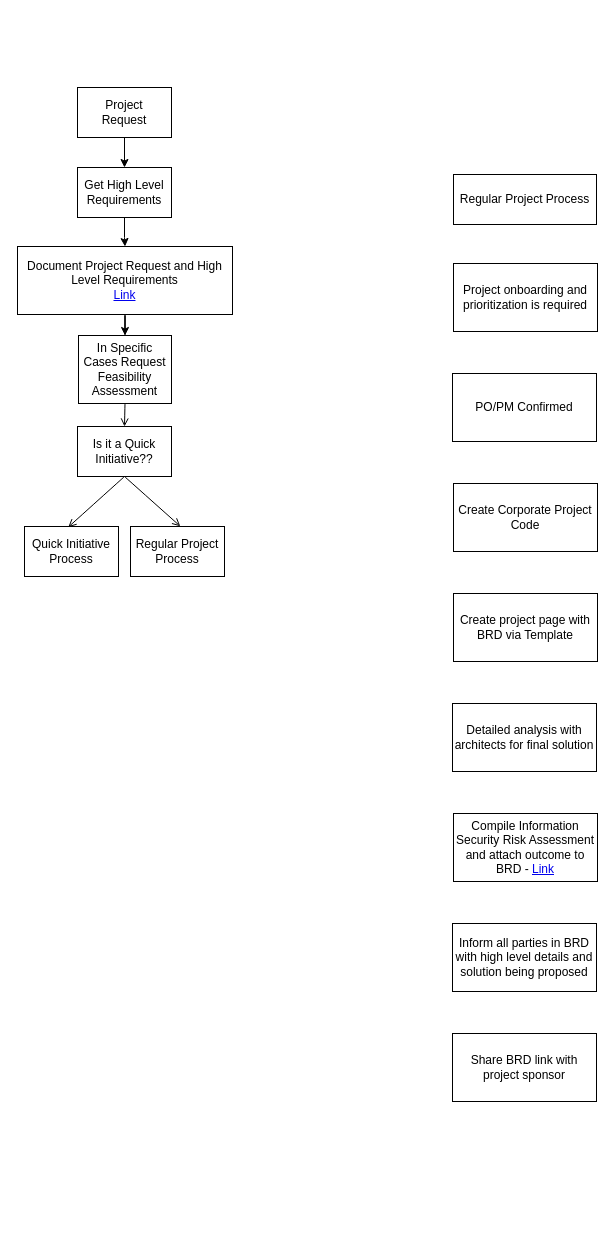
The draw.io diagram BPD Flow Charts.drawio in gilubilu/hello-world, before the edit. Source tidied: cells renumbered, new cells numbered last; positions are measured from the earlier drawing's top-left corner, leaving out a move shared by most shapes. Both pictures are drawn from the tidied source at 100%, with x=0, y=0 at pixel (17, 87).
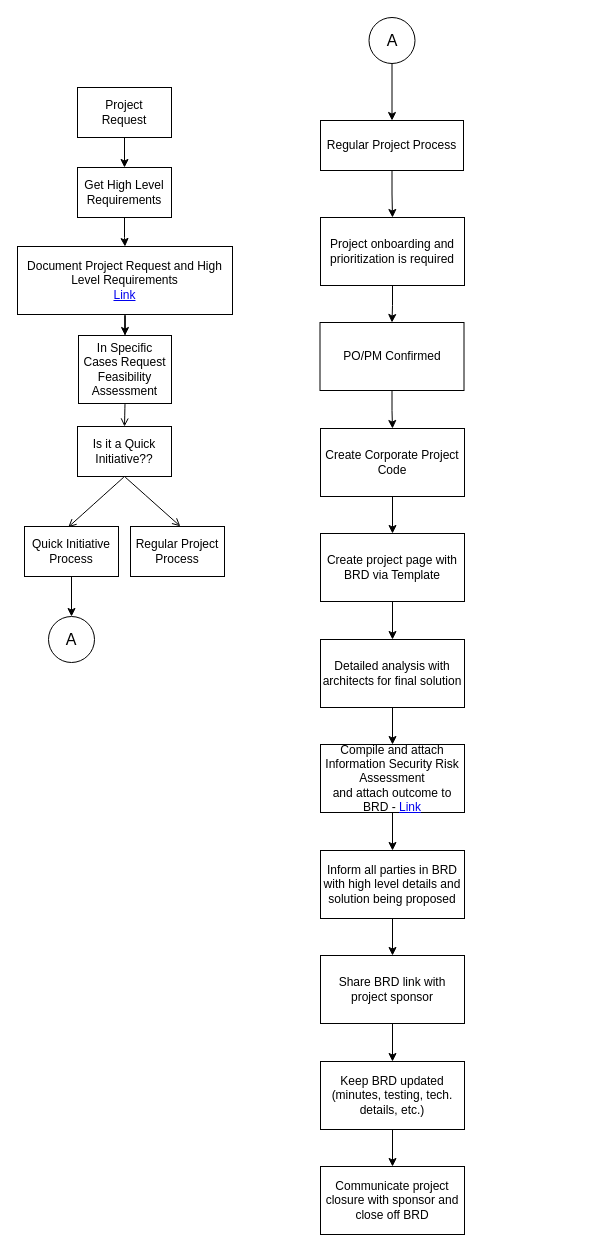
The same page after the edit.

Unchanged cells that the change refers to:
```xml
<mxCell id="9" value="Quick Initiative&lt;br&gt;Process" style="rounded=0;whiteSpace=wrap;html=1;hachureGap=4;" parent="1" vertex="1">
  <mxGeometry x="7" y="439" width="94" height="50" as="geometry" />
</mxCell>
```

What changed in the source:
```diff
@@
+    <mxCell id="24" style="edgeStyle=orthogonalEdgeStyle;rounded=0;jettySize=auto;html=1;fontSize=16;" parent="1" edge="1" source="9" target="37">
+      <mxGeometry relative="1" as="geometry" />
+    </mxCell>
@@
+    <mxCell id="25" style="edgeStyle=orthogonalEdgeStyle;rounded=0;jettySize=auto;html=1;" parent="1" edge="1" source="11" target="13">
+      <mxGeometry relative="1" as="geometry" />
+    </mxCell>
     <mxCell id="11" value="Regular Project Process" style="rounded=0;whiteSpace=wrap;html=1;hachureGap=4;" parent="1" vertex="1">
-      <mxGeometry x="436" y="87" width="143" height="50" as="geometry" />
+      <mxGeometry x="303" y="33" width="143" height="50" as="geometry" />
     </mxCell>
+    <mxCell id="26" style="edgeStyle=orthogonalEdgeStyle;rounded=0;jettySize=auto;html=1;" parent="1" edge="1" source="12" target="18">
+      <mxGeometry relative="1" as="geometry" />
+    </mxCell>
     <mxCell id="12" value="PO/PM Confirmed" style="rounded=0;whiteSpace=wrap;html=1;hachureGap=4;" parent="1" vertex="1">
-      <mxGeometry x="435" y="286" width="144" height="68" as="geometry" />
+      <mxGeometry x="302.5" y="235" width="144" height="68" as="geometry" />
     </mxCell>
+    <mxCell id="27" style="edgeStyle=orthogonalEdgeStyle;rounded=0;jettySize=auto;html=1;" parent="1" edge="1" source="13" target="12">
+      <mxGeometry relative="1" as="geometry" />
+    </mxCell>
     <mxCell id="13" value="Project onboarding and prioritization is required" style="rounded=0;whiteSpace=wrap;html=1;hachureGap=4;" parent="1" vertex="1">
-      <mxGeometry x="436" y="176" width="144" height="68" as="geometry" />
+      <mxGeometry x="303" y="130" width="144" height="68" as="geometry" />
     </mxCell>
@@
+    <mxCell id="28" style="edgeStyle=orthogonalEdgeStyle;rounded=0;jettySize=auto;html=1;" parent="1" edge="1" source="18" target="19">
+      <mxGeometry relative="1" as="geometry" />
+    </mxCell>
     <mxCell id="18" value="Create Corporate Project Code" style="rounded=0;whiteSpace=wrap;html=1;hachureGap=4;" parent="1" vertex="1">
-      <mxGeometry x="436" y="396" width="144" height="68" as="geometry" />
+      <mxGeometry x="303" y="341" width="144" height="68" as="geometry" />
     </mxCell>
+    <mxCell id="29" style="edgeStyle=orthogonalEdgeStyle;rounded=0;jettySize=auto;html=1;" parent="1" edge="1" source="19" target="20">
+      <mxGeometry relative="1" as="geometry" />
+    </mxCell>
     <mxCell id="19" value="Create project page with BRD via Template" style="rounded=0;whiteSpace=wrap;html=1;hachureGap=4;" parent="1" vertex="1">
-      <mxGeometry x="436" y="506" width="144" height="68" as="geometry" />
+      <mxGeometry x="303" y="446" width="144" height="68" as="geometry" />
     </mxCell>
+    <mxCell id="30" style="edgeStyle=orthogonalEdgeStyle;rounded=0;jettySize=auto;html=1;" parent="1" edge="1" source="20" target="21">
+      <mxGeometry relative="1" as="geometry" />
+    </mxCell>
     <mxCell id="20" value="Detailed analysis with architects for final solution" style="rounded=0;whiteSpace=wrap;html=1;hachureGap=4;" parent="1" vertex="1">
-      <mxGeometry x="435" y="616" width="144" height="68" as="geometry" />
+      <mxGeometry x="303" y="552" width="144" height="68" as="geometry" />
     </mxCell>
+    <mxCell id="31" style="edgeStyle=orthogonalEdgeStyle;rounded=0;jettySize=auto;html=1;" parent="1" edge="1" source="21" target="22">
+      <mxGeometry relative="1" as="geometry" />
+    </mxCell>
-    <mxCell id="21" value="Compile Information Security Risk Assessment&lt;br&gt;and attach outcome to BRD -&amp;nbsp;&lt;a href=&quot;http://confluence.corporate.intra:8080/x/NIj8Bg&quot;&gt;Link&lt;/a&gt;" style="rounded=0;whiteSpace=wrap;html=1;hachureGap=4;" parent="1" vertex="1">
-      <mxGeometry x="436" y="726" width="144" height="68" as="geometry" />
+    <mxCell id="21" value="Compile and attach Information Security Risk Assessment&lt;br&gt;and attach outcome to BRD -&amp;nbsp;&lt;a href=&quot;http://confluence.corporate.intra:8080/x/NIj8Bg&quot;&gt;Link&lt;/a&gt;" style="rounded=0;whiteSpace=wrap;html=1;hachureGap=4;" parent="1" vertex="1">
+      <mxGeometry x="303" y="657" width="144" height="68" as="geometry" />
     </mxCell>
+    <mxCell id="32" style="edgeStyle=orthogonalEdgeStyle;rounded=0;jettySize=auto;html=1;" parent="1" edge="1" source="22" target="23">
+      <mxGeometry relative="1" as="geometry" />
+    </mxCell>
     <mxCell id="22" value="Inform all parties in BRD with high level details and solution being proposed" style="rounded=0;whiteSpace=wrap;html=1;hachureGap=4;" parent="1" vertex="1">
-      <mxGeometry x="435" y="836" width="144" height="68" as="geometry" />
+      <mxGeometry x="303" y="763" width="144" height="68" as="geometry" />
     </mxCell>
+    <mxCell id="33" style="edgeStyle=orthogonalEdgeStyle;rounded=0;jettySize=auto;html=1;" parent="1" edge="1" source="23" target="35">
+      <mxGeometry relative="1" as="geometry" />
+    </mxCell>
     <mxCell id="23" value="Share BRD link with project sponsor" style="rounded=0;whiteSpace=wrap;html=1;hachureGap=4;" parent="1" vertex="1">
-      <mxGeometry x="435" y="946" width="144" height="68" as="geometry" />
+      <mxGeometry x="303" y="868" width="144" height="68" as="geometry" />
     </mxCell>
+    <mxCell id="34" style="edgeStyle=orthogonalEdgeStyle;rounded=0;jettySize=auto;html=1;" parent="1" edge="1" source="35" target="36">
+      <mxGeometry relative="1" as="geometry" />
+    </mxCell>
+    <mxCell id="35" value="Keep BRD updated (minutes, testing, tech. details, etc.)" style="rounded=0;whiteSpace=wrap;html=1;hachureGap=4;" parent="1" vertex="1">
+      <mxGeometry x="303" y="974" width="144" height="68" as="geometry" />
+    </mxCell>
+    <mxCell id="36" value="Communicate project closure with sponsor and close off BRD" style="rounded=0;whiteSpace=wrap;html=1;hachureGap=4;" parent="1" vertex="1">
+      <mxGeometry x="303" y="1079" width="144" height="68" as="geometry" />
+    </mxCell>
+    <mxCell id="37" value="&lt;font style=&quot;font-size: 16px;&quot;&gt;A&lt;/font&gt;" style="ellipse;whiteSpace=wrap;html=1;" parent="1" vertex="1">
+      <mxGeometry x="31" y="529" width="46" height="46" as="geometry" />
+    </mxCell>
+    <mxCell id="38" style="edgeStyle=orthogonalEdgeStyle;rounded=0;jettySize=auto;html=1;exitX=0.5;exitY=1;exitDx=0;exitDy=0;fontSize=16;" parent="1" edge="1" source="39" target="11">
+      <mxGeometry relative="1" as="geometry" />
+    </mxCell>
+    <mxCell id="39" value="&lt;font style=&quot;font-size: 16px;&quot;&gt;A&lt;/font&gt;" style="ellipse;whiteSpace=wrap;html=1;" parent="1" vertex="1">
+      <mxGeometry x="351.5" y="-70" width="46" height="46" as="geometry" />
+    </mxCell>
```
